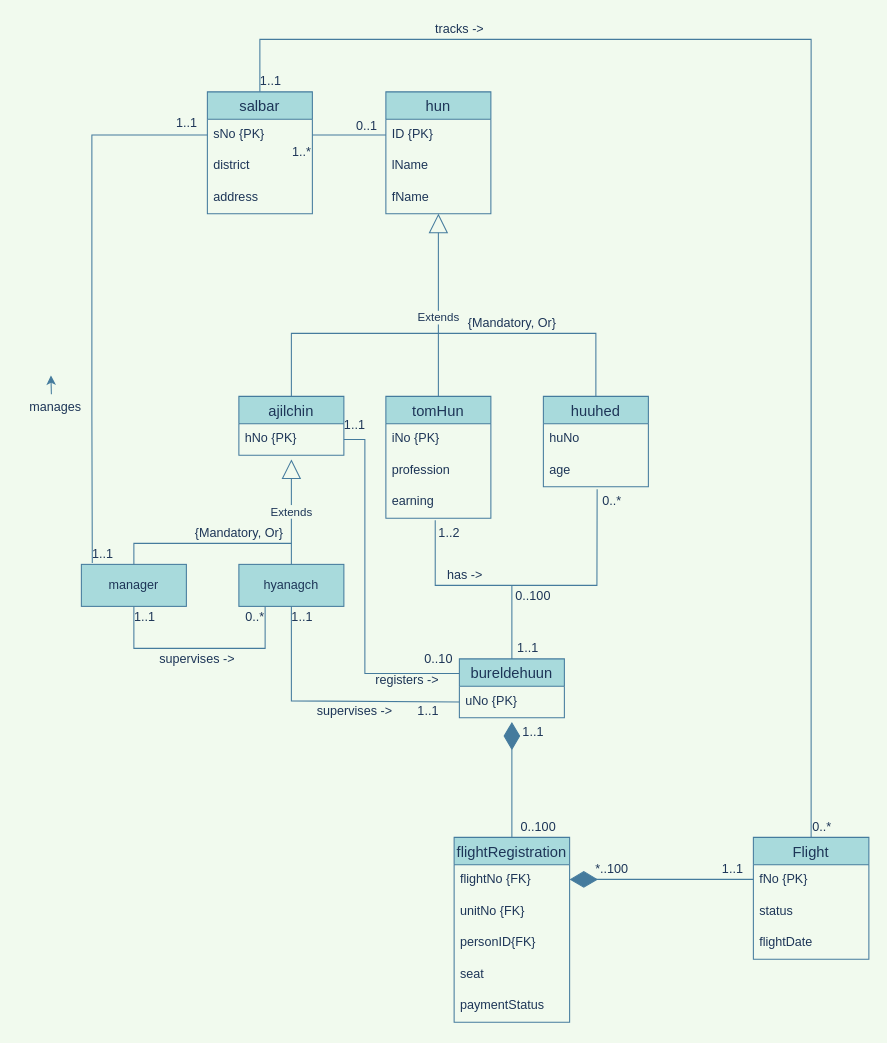
Tseku210/database_ERD keeps this draw.io diagram as page "Page-2" (2 of 3) of Untitled Diagram.drawio. Above is the earlier version. Source tidied: cells renumbered, new cells numbered last; positions are measured from the earlier drawing's top-left corner, leaving out a move shared by most shapes. Both pictures are drawn from the tidied source at 105%, with x=0, y=0 at pixel (18, 18).
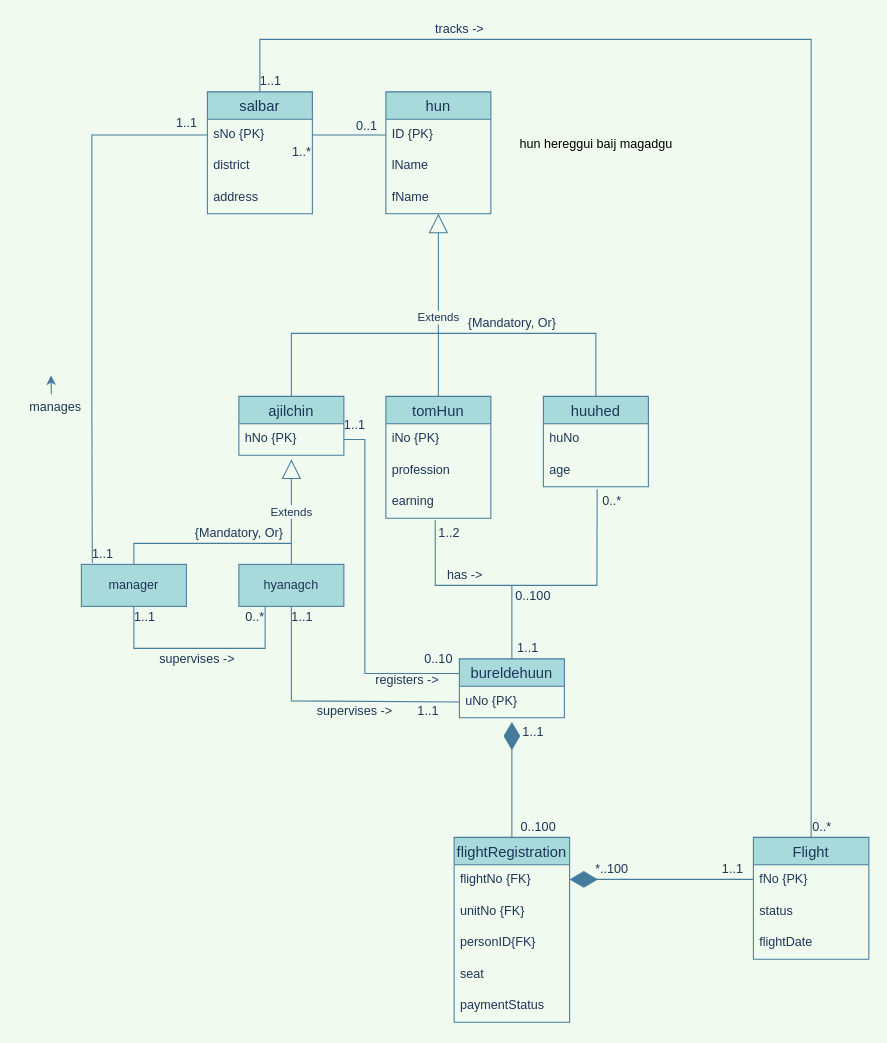
After the change.

Diff of the diagram source:
```diff
@@
+    <mxCell id="77" value="hun hereggui baij magadgu" style="text;html=1;align=center;verticalAlign=middle;strokeColor=none;fillColor=none;" parent="1" vertex="1">
+      <mxGeometry x="470" y="110" width="160" height="20" as="geometry" />
+    </mxCell>
```
